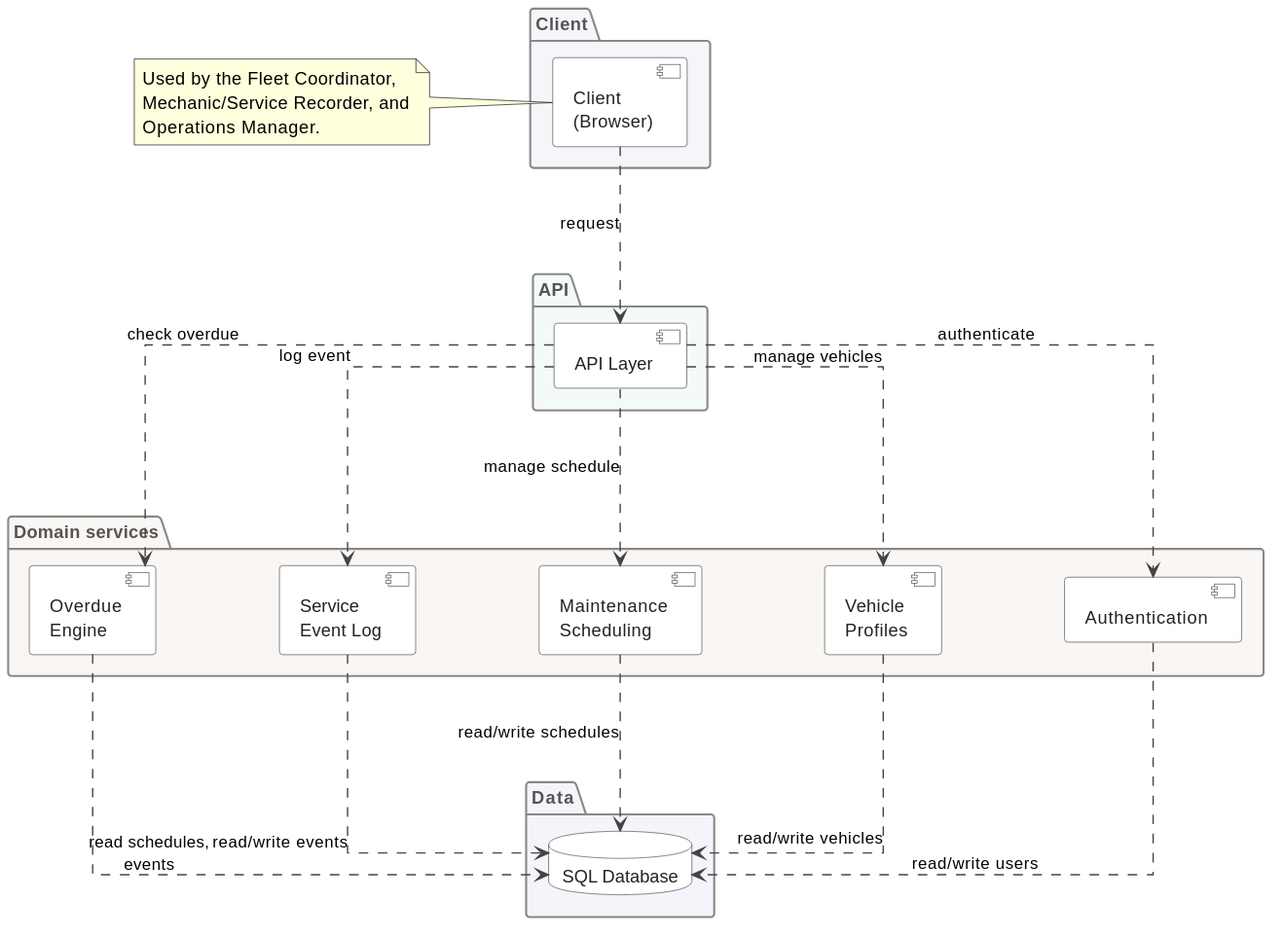
This is docs/design/components_diagram.svg from jayounghoyos/Vehicle-Maintenance-Tracking, a PlantUML export, as it was before one commit.
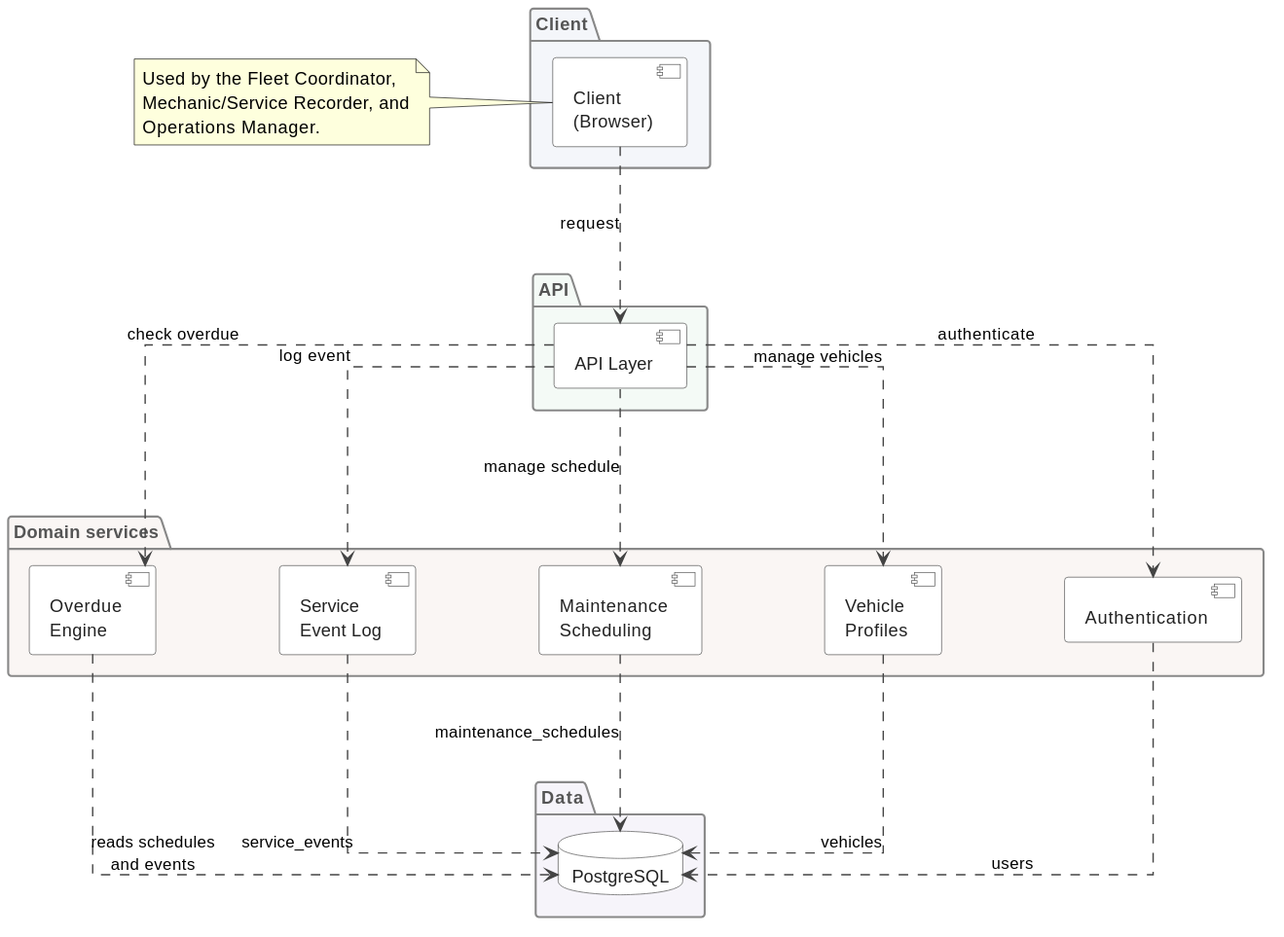
The same diagram one commit later.

Commit message:
Refactor data model documentation and add normalized entity relationship diagram

What changed in the source:
```diff
@@ -42,7 +42,7 @@
 }
 
 package "Data" as L4 #F6F4FA {
-  database "SQL Database" as DB
+  database "PostgreSQL" as DB
 }
 
 note left of CLIENT
@@ -59,9 +59,9 @@
 API ..> LOG : log event
 API ..> OVERDUE : check overdue
 
-AUTH ..> DB : read/write users
-VEHICLE ..> DB : read/write vehicles
-SCHEDULE ..> DB : read/write schedules
-LOG ..> DB : read/write events
-OVERDUE ..> DB : read schedules,\nevents
+AUTH ..> DB : users
+VEHICLE ..> DB : vehicles
+SCHEDULE ..> DB : maintenance_schedules
+LOG ..> DB : service_events
+OVERDUE ..> DB : reads schedules\nand events
 @enduml
```
